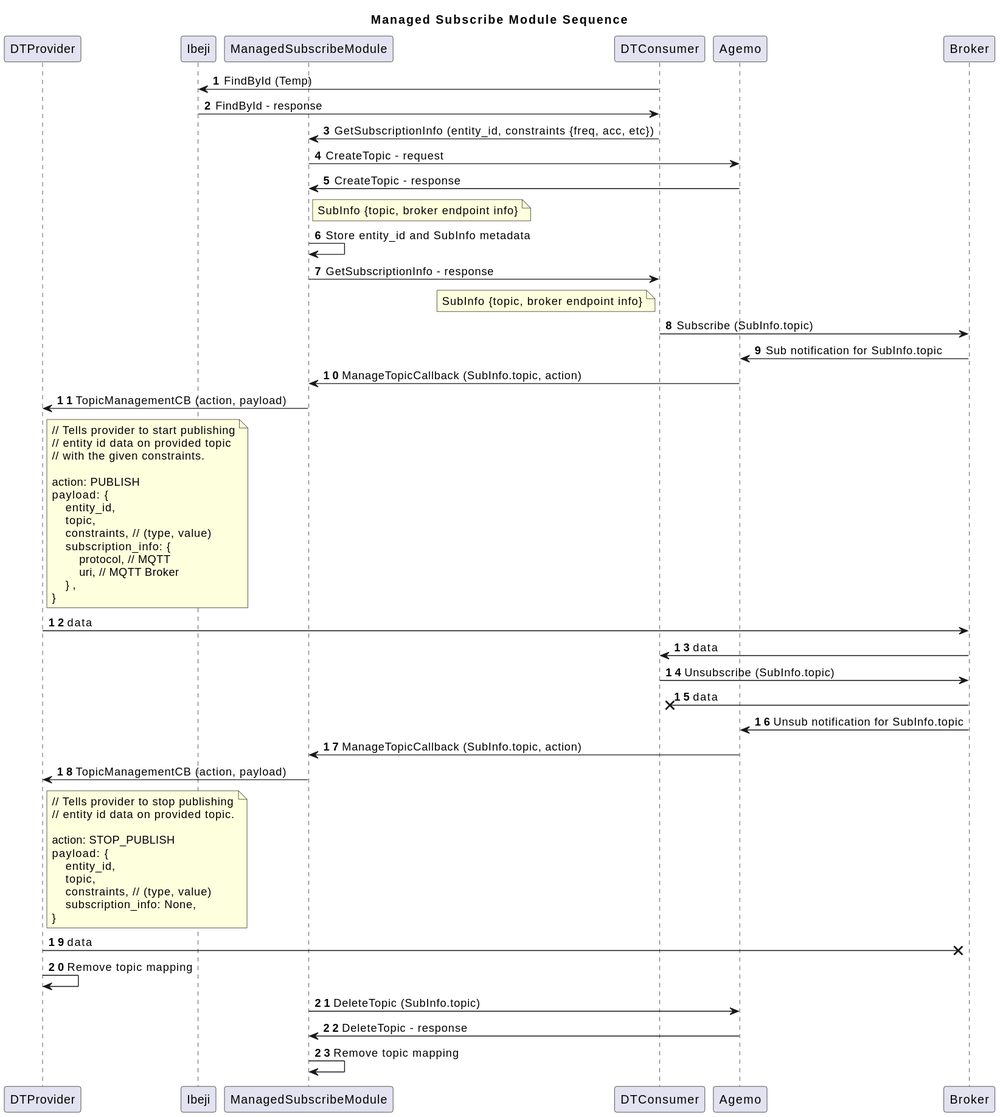
Above: docs/design/diagrams/managed_subscribe_module_sequence.svg in eclipse-ibeji/ibeji (PlantUML), before the change. Source of this version:
```plantuml
@startuml Managed Subscribe Module
title Managed Subscribe Module Sequence
participant DTProvider
participant Ibeji
participant ManagedSubscribeModule
participant DTConsumer
participant Agemo
participant Broker

autonumber

DTConsumer -> Ibeji: FindById (Temp)
DTConsumer <- Ibeji: FindById - response
DTConsumer -> ManagedSubscribeModule: GetSubscriptionInfo (entity_id, constraints {freq, acc, etc})
ManagedSubscribeModule -> Agemo: CreateTopic - request
Agemo -> ManagedSubscribeModule: CreateTopic - response
note right of ManagedSubscribeModule: SubInfo {topic, broker endpoint info}
ManagedSubscribeModule -> ManagedSubscribeModule: Store entity_id and SubInfo metadata
ManagedSubscribeModule -> DTConsumer: GetSubscriptionInfo - response
note left of DTConsumer: SubInfo {topic, broker endpoint info}
DTConsumer -> Broker: Subscribe (SubInfo.topic)
Broker -> Agemo: Sub notification for SubInfo.topic
Agemo -> ManagedSubscribeModule: ManageTopicCallback (SubInfo.topic, action)
ManagedSubscribeModule -> DTProvider: TopicManagementCB (action, payload)
note right of DTProvider
// Tells provider to start publishing
// entity id data on provided topic
// with the given constraints.

action: PUBLISH
payload: {
    entity_id,
    topic,
    constraints, // (type, value)
    subscription_info: {
        protocol, // MQTT
        uri, // MQTT Broker
    },
}
end note
DTProvider -> Broker: data
DTConsumer <- Broker : data
DTConsumer -> Broker: Unsubscribe (SubInfo.topic)
DTConsumer x<- Broker: data
Broker -> Agemo: Unsub notification for SubInfo.topic
Agemo -> ManagedSubscribeModule: ManageTopicCallback (SubInfo.topic, action)
DTProvider <- ManagedSubscribeModule: TopicManagementCB (action, payload)
note right of DTProvider
// Tells provider to stop publishing
// entity id data on provided topic.

action: STOP_PUBLISH
payload: {
    entity_id,
    topic,
    constraints, // (type, value)
    subscription_info: None,
}
end note
DTProvider ->x Broker: data
DTProvider -> DTProvider: Remove topic mapping
ManagedSubscribeModule -> Agemo: DeleteTopic (SubInfo.topic)
ManagedSubscribeModule <- Agemo: DeleteTopic - response
ManagedSubscribeModule -> ManagedSubscribeModule: Remove topic mapping
@enduml
```
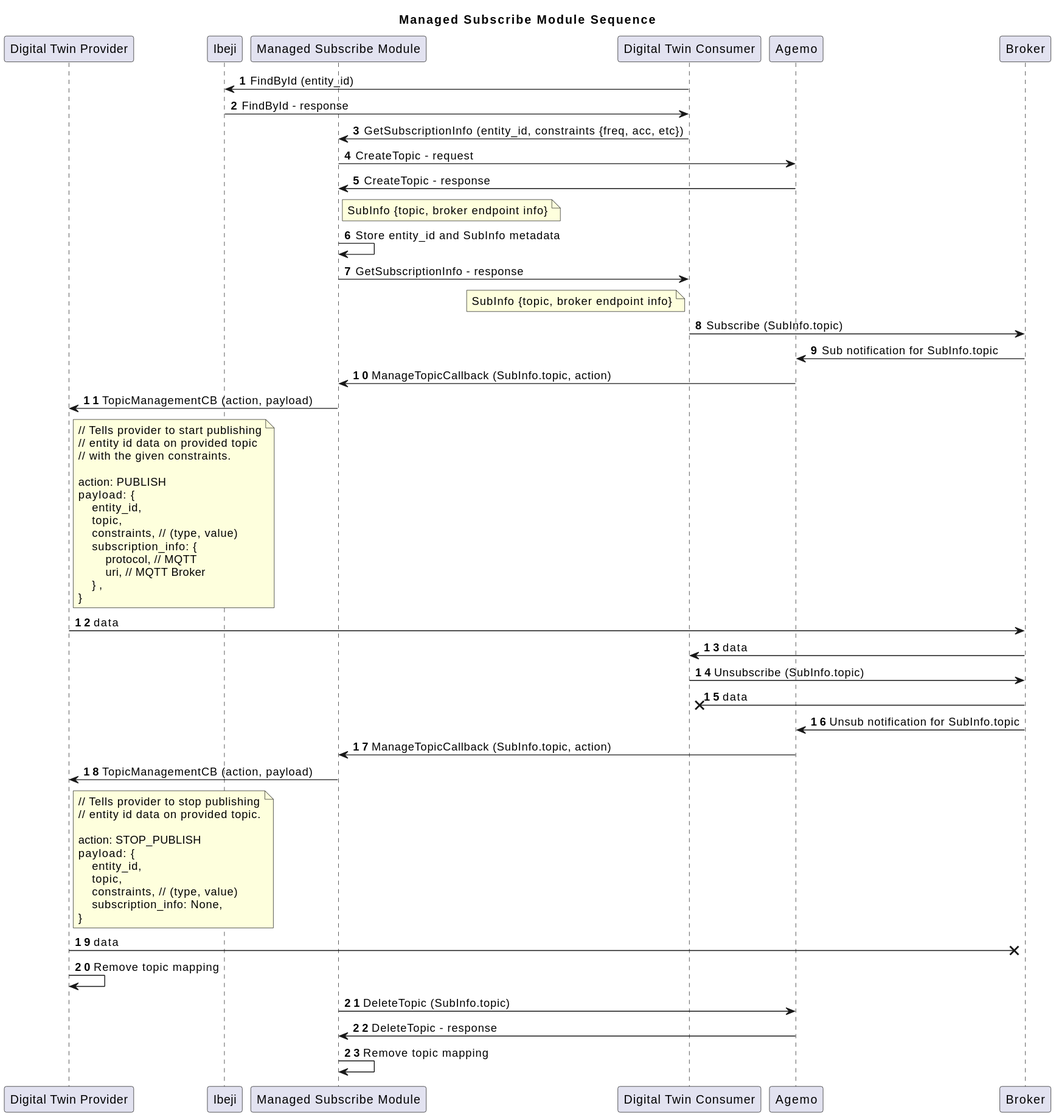
Later version of the same file.

Commit message:
Update readme and diagrams based on comments

What changed in the source:
```diff
@@ -1,15 +1,15 @@
 @startuml Managed Subscribe Module
 title Managed Subscribe Module Sequence
-participant DTProvider
+participant "Digital Twin Provider" as DTProvider
 participant Ibeji
-participant ManagedSubscribeModule
-participant DTConsumer
+participant "Managed Subscribe Module" as ManagedSubscribeModule
+participant "Digital Twin Consumer" as DTConsumer
 participant Agemo
 participant Broker
 
 autonumber
 
-DTConsumer -> Ibeji: FindById (Temp)
+DTConsumer -> Ibeji: FindById (entity_id)
 DTConsumer <- Ibeji: FindById - response
 DTConsumer -> ManagedSubscribeModule: GetSubscriptionInfo (entity_id, constraints {freq, acc, etc})
 ManagedSubscribeModule -> Agemo: CreateTopic - request
```
